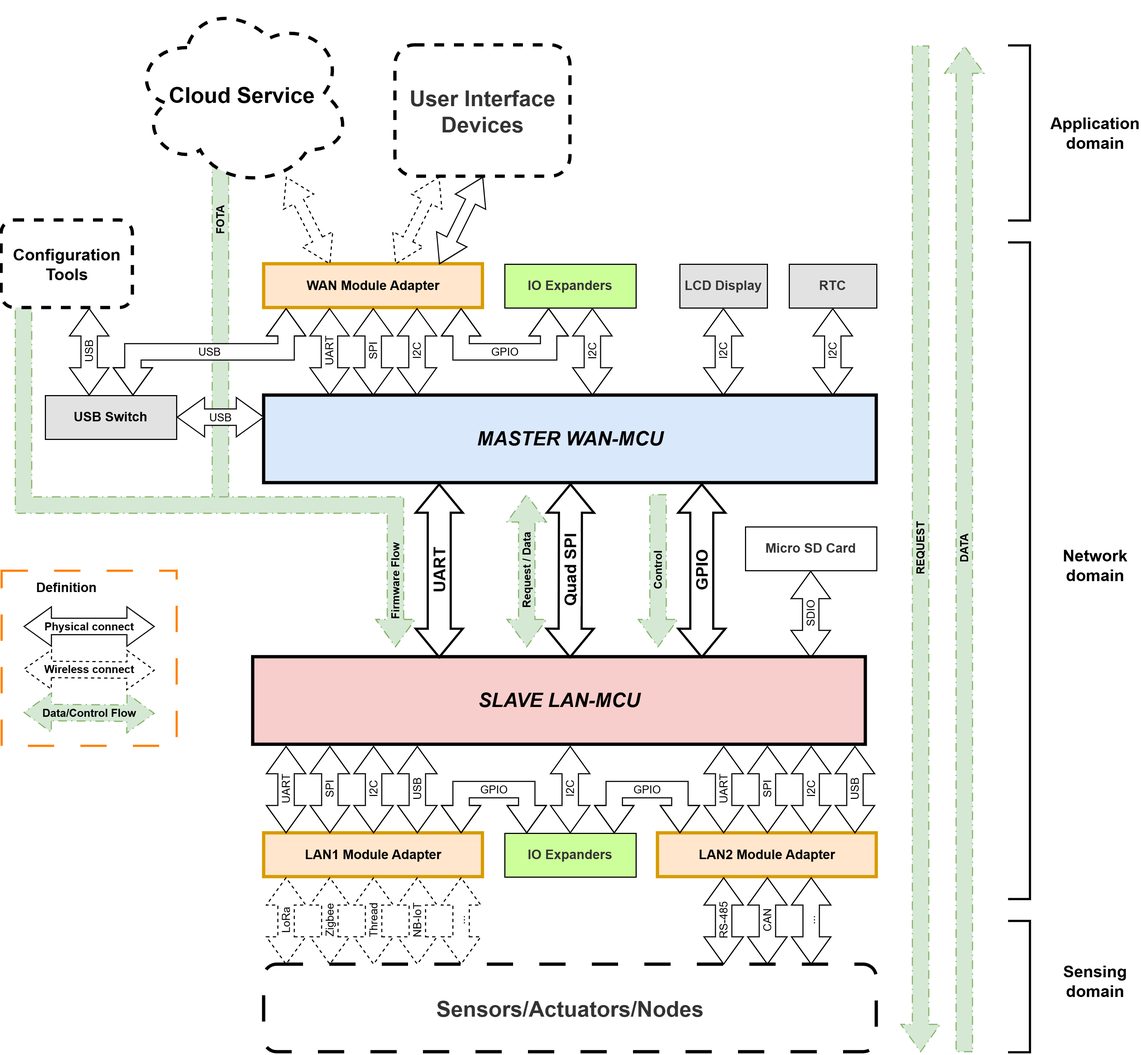
Earlier version of the draw.io export figures/Protype_SystemBlockDiagram_Draft-System Block Diagram.drawio.png (hongthiennhan/DATN_Gateway). Source tidied: cells renumbered, new cells last; positions are measured from the earlier drawing's top-left corner, leaving out a move shared by most shapes.
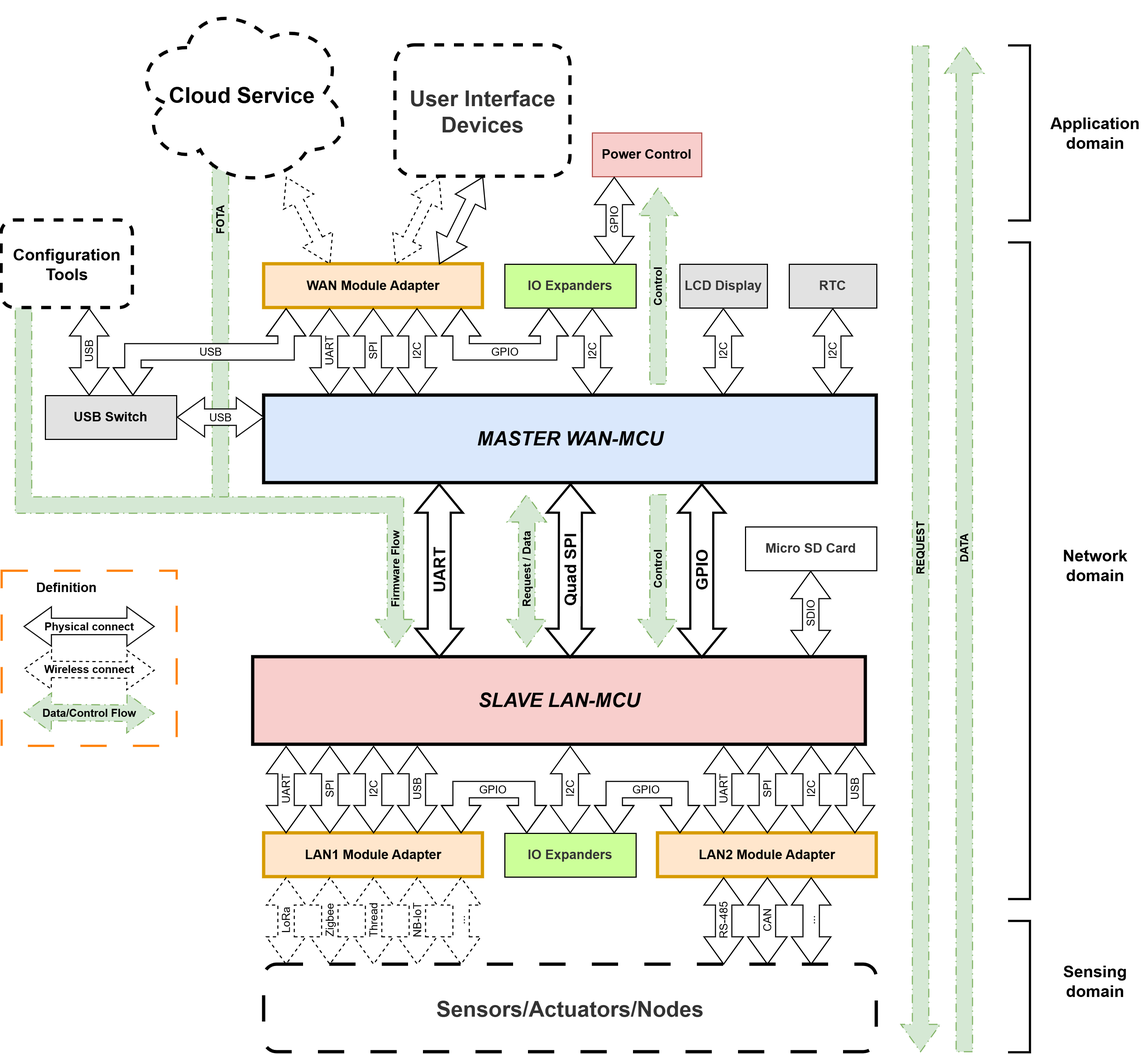
After the commit.

Change to the diagram source:
```diff
@@ -277,7 +277,7 @@
       </mxGeometry>
     </mxCell>
     <mxCell id="52" value="Firmware Flow" style="shape=flexArrow;endArrow=none;startArrow=classic;html=1;rounded=0;fontSize=10;startSize=8;endSize=8;curved=1;horizontal=0;strokeWidth=1;width=15;startFill=1;endFill=0;dashed=1;dashPattern=8 4 1 4;fontStyle=1;fillColor=#d5e8d4;strokeColor=#82b366;labelBackgroundColor=none;" parent="1" edge="1">
-      <mxGeometry x="-0.82" relative="1" as="geometry">
+      <mxGeometry x="-0.79" relative="1" as="geometry">
         <mxPoint x="360" y="590" as="sourcePoint" />
         <mxPoint x="20" y="260" as="targetPoint" />
         <Array as="points">
@@ -382,5 +382,20 @@
     <mxCell id="69" value="Configuration Tools" style="rounded=1;whiteSpace=wrap;html=1;dashed=1;strokeWidth=3;fontSize=15;fontStyle=1;" parent="1" vertex="1">
       <mxGeometry y="200" width="120" height="80" as="geometry" />
     </mxCell>
+    <mxCell id="70" value="Power Control" style="rounded=0;whiteSpace=wrap;html=1;fillColor=#f8cecc;strokeColor=#b85450;align=center;fontStyle=1;" parent="1" vertex="1">
+      <mxGeometry x="540" y="120" width="100" height="40" as="geometry" />
+    </mxCell>
+    <mxCell id="71" value="GPIO" style="shape=flexArrow;endArrow=classic;startArrow=classic;html=1;rounded=0;fontSize=10;startSize=8;endSize=8;curved=1;horizontal=0;strokeWidth=1;width=15;" parent="1" edge="1">
+      <mxGeometry relative="1" as="geometry">
+        <mxPoint x="560" y="240" as="sourcePoint" />
+        <mxPoint x="560" y="160" as="targetPoint" />
+      </mxGeometry>
+    </mxCell>
+    <mxCell id="72" value="Control" style="shape=flexArrow;endArrow=none;startArrow=classic;html=1;rounded=0;fontSize=10;startSize=8;endSize=8;curved=1;horizontal=0;strokeWidth=1;width=15;startFill=1;dashed=1;dashPattern=8 4 1 4;fontStyle=1;endFill=0;fillColor=#d5e8d4;strokeColor=#82b366;labelBackgroundColor=none;" parent="1" edge="1">
+      <mxGeometry relative="1" as="geometry">
+        <mxPoint x="600" y="170" as="sourcePoint" />
+        <mxPoint x="600" y="350" as="targetPoint" />
+      </mxGeometry>
+    </mxCell>
   </root>
 </mxGraphModel>
```
